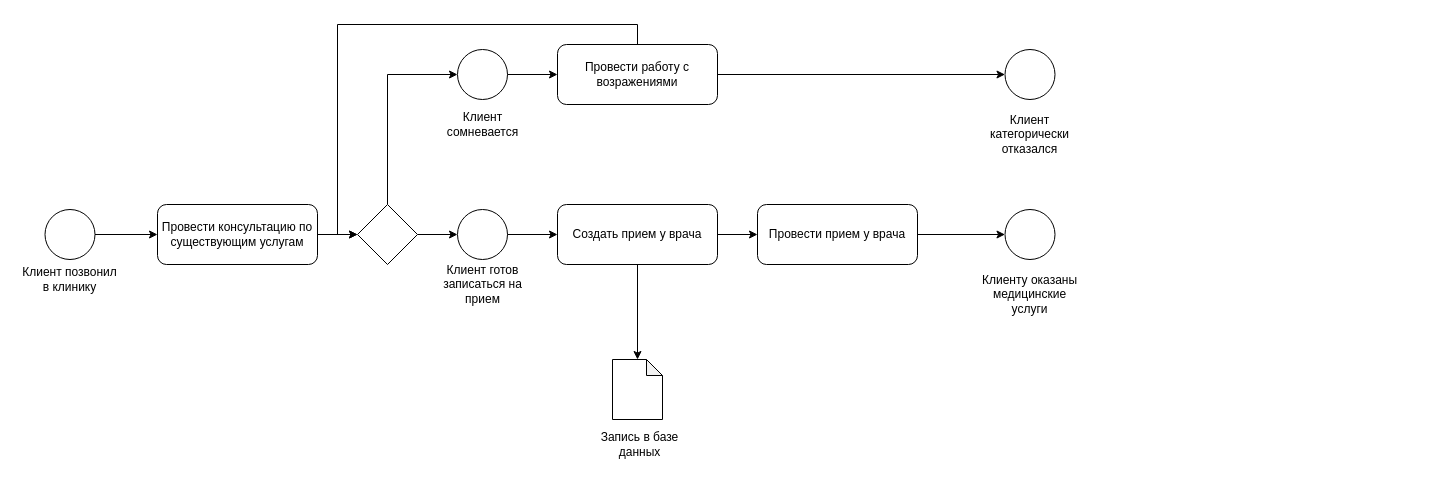
Before: Business Processes.drawio in arturyumaev/Bachelor-Diploma-Docs, a draw.io diagram. Source tidied: cells renumbered, new cells numbered last; positions are measured from the earlier drawing's top-left corner, leaving out a move shared by most shapes. Both pictures are drawn from the tidied source at 100%, with x=0, y=0 at pixel (17, 44).
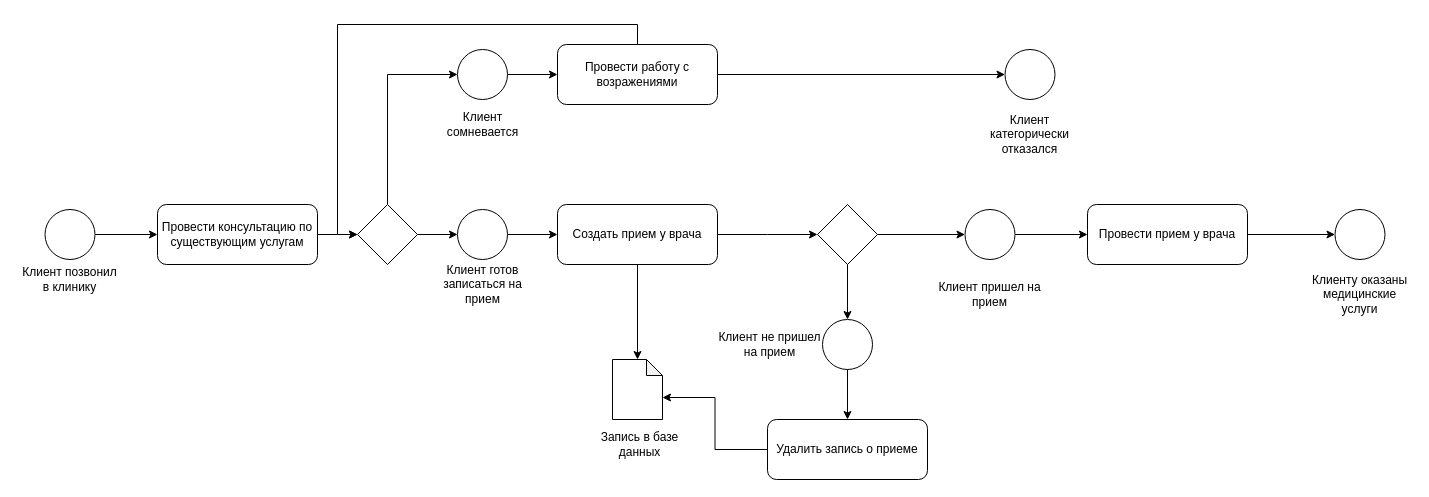
After the change.

Unchanged cells that the change refers to:
```xml
<mxCell id="6" style="ellipse;whiteSpace=wrap;html=1;align=left;" parent="5" vertex="1">
  <mxGeometry x="27.5" width="50" height="50" as="geometry" />
</mxCell>
<mxCell id="13" value="Создать прием у врача" style="rounded=1;whiteSpace=wrap;html=1;align=center;" parent="1" vertex="1">
  <mxGeometry x="540" y="160" width="160" height="60" as="geometry" />
</mxCell>
<mxCell id="34" style="shape=note;whiteSpace=wrap;html=1;backgroundOutline=1;darkOpacity=0.05;align=left;size=16;" parent="33" vertex="1">
  <mxGeometry x="25" width="50" height="60" as="geometry" />
</mxCell>
```

What changed in the source:
```diff
@@
     <mxCell id="5" style="group;" parent="1" vertex="1">
-      <mxGeometry x="960" y="165" width="105" height="110" as="geometry" />
+      <mxGeometry x="920" y="165" width="105" height="110" as="geometry" />
     </mxCell>
@@
-    <mxCell id="7" value="Клиенту оказаны медицинские услуги" style="text;html=1;strokeColor=none;fillColor=none;align=center;verticalAlign=middle;whiteSpace=wrap;rounded=0;" parent="5" vertex="1">
+    <mxCell id="7" value="Клиент пришел на прием" style="text;html=1;strokeColor=none;fillColor=none;align=center;verticalAlign=middle;whiteSpace=wrap;rounded=0;" parent="5" vertex="1">
       <mxGeometry y="60" width="105" height="50" as="geometry" />
     </mxCell>
@@
-    <mxCell id="11" style="edgeStyle=orthogonalEdgeStyle;rounded=0;jettySize=auto;html=1;exitX=1;exitY=0.5;exitDx=0;exitDy=0;entryX=0;entryY=0.5;entryDx=0;entryDy=0;" parent="1" edge="1" source="13" target="15">
-      <mxGeometry relative="1" as="geometry" />
+    <mxCell id="11" style="edgeStyle=orthogonalEdgeStyle;rounded=0;jettySize=auto;html=1;exitX=1;exitY=0.5;exitDx=0;exitDy=0;" parent="1" edge="1" source="13">
+      <mxGeometry relative="1" as="geometry">
+        <mxPoint x="800" y="190" as="targetPoint" />
+      </mxGeometry>
     </mxCell>
@@
-    <mxCell id="14" style="edgeStyle=orthogonalEdgeStyle;rounded=0;jettySize=auto;html=1;exitX=1;exitY=0.5;exitDx=0;exitDy=0;entryX=0;entryY=0.5;entryDx=0;entryDy=0;" parent="1" edge="1" source="15" target="6">
+    <mxCell id="14" style="edgeStyle=orthogonalEdgeStyle;rounded=0;jettySize=auto;html=1;exitX=1;exitY=0.5;exitDx=0;exitDy=0;entryX=0;entryY=0.5;entryDx=0;entryDy=0;" parent="1" edge="1" source="38" target="6">
       <mxGeometry relative="1" as="geometry" />
     </mxCell>
-    <mxCell id="15" value="Провести прием у врача" style="rounded=1;whiteSpace=wrap;html=1;align=center;" parent="1" vertex="1">
-      <mxGeometry x="740" y="160" width="160" height="60" as="geometry" />
-    </mxCell>
@@
+    <mxCell id="36" style="edgeStyle=orthogonalEdgeStyle;rounded=0;jettySize=auto;html=1;exitX=1;exitY=0.5;exitDx=0;exitDy=0;entryX=0;entryY=0.5;entryDx=0;entryDy=0;" parent="1" edge="1" source="15" target="41">
+      <mxGeometry relative="1" as="geometry" />
+    </mxCell>
+    <mxCell id="15" value="Провести прием у врача" style="rounded=1;whiteSpace=wrap;html=1;align=center;" parent="1" vertex="1">
+      <mxGeometry x="1070" y="160" width="160" height="60" as="geometry" />
+    </mxCell>
+    <mxCell id="37" style="edgeStyle=orthogonalEdgeStyle;rounded=0;jettySize=auto;html=1;exitX=0.5;exitY=1;exitDx=0;exitDy=0;entryX=0.5;entryY=0;entryDx=0;entryDy=0;" parent="1" edge="1" source="38" target="46">
+      <mxGeometry relative="1" as="geometry" />
+    </mxCell>
+    <mxCell id="38" style="rhombus;whiteSpace=wrap;html=1;align=left;" parent="1" vertex="1">
+      <mxGeometry x="800" y="160" width="60" height="60" as="geometry" />
+    </mxCell>
+    <mxCell id="39" style="edgeStyle=orthogonalEdgeStyle;rounded=0;jettySize=auto;html=1;exitX=1;exitY=0.5;exitDx=0;exitDy=0;entryX=0;entryY=0.5;entryDx=0;entryDy=0;" parent="1" edge="1" source="6" target="15">
+      <mxGeometry relative="1" as="geometry" />
+    </mxCell>
+    <mxCell id="40" style="group;" parent="1" vertex="1">
+      <mxGeometry x="1290" y="165" width="105" height="110" as="geometry" />
+    </mxCell>
+    <mxCell id="41" style="ellipse;whiteSpace=wrap;html=1;align=left;" parent="40" vertex="1">
+      <mxGeometry x="27.5" width="50" height="50" as="geometry" />
+    </mxCell>
+    <mxCell id="42" value="Клиенту оказаны медицинские услуги" style="text;html=1;strokeColor=none;fillColor=none;align=center;verticalAlign=middle;whiteSpace=wrap;rounded=0;" parent="40" vertex="1">
+      <mxGeometry y="60" width="105" height="50" as="geometry" />
+    </mxCell>
+    <mxCell id="43" style="group;" parent="1" vertex="1">
+      <mxGeometry x="700" y="275" width="182.5" height="110" as="geometry" />
+    </mxCell>
+    <mxCell id="44" style="group;" parent="43" vertex="1">
+      <mxGeometry width="182.5" height="110" as="geometry" />
+    </mxCell>
+    <mxCell id="45" style="group;" parent="44" vertex="1">
+      <mxGeometry x="77.5" width="105" height="110" as="geometry" />
+    </mxCell>
+    <mxCell id="46" style="ellipse;whiteSpace=wrap;html=1;align=left;" parent="45" vertex="1">
+      <mxGeometry x="27.5" width="50" height="50" as="geometry" />
+    </mxCell>
+    <mxCell id="47" value="Клиент не пришел на прием" style="text;html=1;strokeColor=none;fillColor=none;align=center;verticalAlign=middle;whiteSpace=wrap;rounded=0;" parent="44" vertex="1">
+      <mxGeometry width="105" height="50" as="geometry" />
+    </mxCell>
+    <mxCell id="48" style="edgeStyle=orthogonalEdgeStyle;rounded=0;jettySize=auto;html=1;exitX=0;exitY=0.5;exitDx=0;exitDy=0;entryX=0;entryY=0;entryDx=50;entryDy=38;entryPerimeter=0;" parent="1" edge="1" source="49" target="34">
+      <mxGeometry relative="1" as="geometry" />
+    </mxCell>
+    <mxCell id="49" value="Удалить запись о приеме" style="rounded=1;whiteSpace=wrap;html=1;align=center;" parent="1" vertex="1">
+      <mxGeometry x="750" y="375" width="160" height="60" as="geometry" />
+    </mxCell>
+    <mxCell id="50" style="edgeStyle=orthogonalEdgeStyle;rounded=0;jettySize=auto;html=1;exitX=0.5;exitY=1;exitDx=0;exitDy=0;entryX=0.5;entryY=0;entryDx=0;entryDy=0;" parent="1" edge="1" source="46" target="49">
+      <mxGeometry relative="1" as="geometry" />
+    </mxCell>
```
